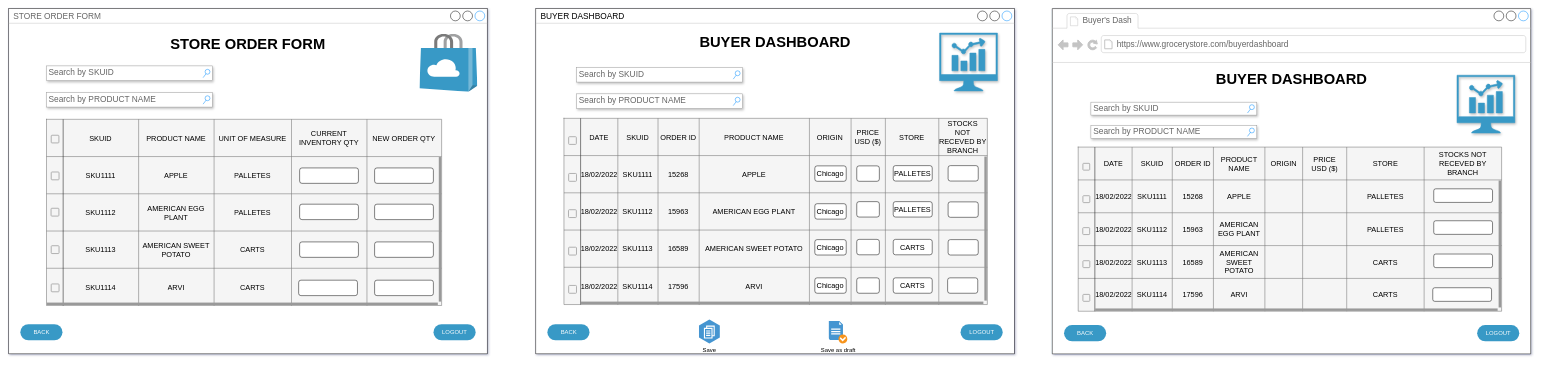
This is Untitled Diagram.drawio from nahorh/grocery_wireframes, a draw.io file, before an edit. Source tidied: cells renumbered, new cells numbered last; positions are measured from the earlier drawing's top-left corner, leaving out a move shared by most shapes. Both pictures are drawn from the tidied source at 49%, with x=0, y=0 at pixel (8, 8).
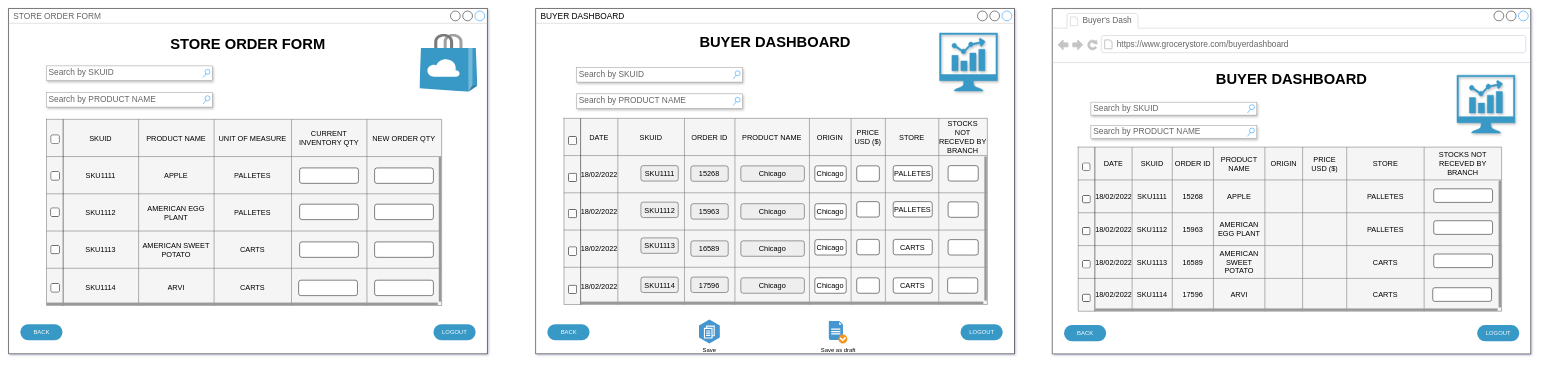
After the change.

Unchanged cells that the change refers to:
```xml
<mxCell id="7" style="group;" parent="1" vertex="1">
  <mxGeometry x="77" y="117" width="869.4" height="495" as="geometry" />
</mxCell>
<mxCell id="61" style="group;" parent="1" vertex="1">
  <mxGeometry x="1133.4" y="120" width="870.6" height="490" as="geometry" />
</mxCell>
<mxCell id="65" style="shape=tableRow;horizontal=0;startSize=34;swimlaneHead=0;swimlaneBody=0;top=0;left=0;bottom=0;right=0;fillColor=none;fontSize=15;" parent="64" vertex="1">
  <mxGeometry width="864.1" height="76" as="geometry" />
</mxCell>
<mxCell id="74" style="shape=tableRow;horizontal=0;startSize=34;swimlaneHead=0;swimlaneBody=0;top=0;left=0;bottom=0;right=0;fillColor=none;fontSize=15;" parent="64" vertex="1">
  <mxGeometry y="76" width="864.1" height="76" as="geometry" />
</mxCell>
<mxCell id="83" style="shape=tableRow;horizontal=0;startSize=34;swimlaneHead=0;swimlaneBody=0;top=0;left=0;bottom=0;right=0;fillColor=none;fontSize=15;" parent="64" vertex="1">
  <mxGeometry y="152" width="864.1" height="76" as="geometry" />
</mxCell>
<mxCell id="92" style="shape=tableRow;horizontal=0;startSize=34;swimlaneHead=0;swimlaneBody=0;top=0;left=0;bottom=0;right=0;fillColor=none;fontSize=15;" parent="64" vertex="1">
  <mxGeometry y="228" width="864.1" height="76" as="geometry" />
</mxCell>
<mxCell id="101" style="shape=tableRow;horizontal=0;startSize=34;swimlaneHead=0;swimlaneBody=0;top=0;left=0;bottom=0;right=0;fillColor=none;fontSize=15;" parent="64" vertex="1">
  <mxGeometry y="304" width="864.1" height="76" as="geometry" />
</mxCell>
<mxCell id="137" style="group;" parent="134" vertex="1">
  <mxGeometry x="52.9" y="191" width="891.2" height="432" as="geometry" />
</mxCell>
```

Change to the diagram source:
```diff
@@
-    <mxCell id="41" style="dashed=0;labelPosition=right;align=left;shape=mxgraph.gmdl.checkbox;strokeColor=#B0B0B0;fillColor=none;strokeWidth=2;sketch=0;" parent="7" vertex="1">
+    <mxCell id="41" style="dashed=0;labelPosition=right;align=left;shape=mxgraph.gmdl.checkbox;strokeWidth=2;sketch=0;" parent="7" vertex="1">
       <mxGeometry x="10" y="445" width="16" height="16" as="geometry" />
     </mxCell>
-    <mxCell id="42" style="dashed=0;labelPosition=right;align=left;shape=mxgraph.gmdl.checkbox;strokeColor=#B0B0B0;fillColor=none;strokeWidth=2;sketch=0;" parent="7" vertex="1">
+    <mxCell id="42" style="dashed=0;labelPosition=right;align=left;shape=mxgraph.gmdl.checkbox;strokeWidth=2;sketch=0;" parent="7" vertex="1">
       <mxGeometry x="10" y="367" width="16" height="16" as="geometry" />
     </mxCell>
@@
-    <mxCell id="52" style="dashed=0;labelPosition=right;align=left;shape=mxgraph.gmdl.checkbox;strokeColor=#B0B0B0;fillColor=none;strokeWidth=2;sketch=0;" parent="7" vertex="1">
+    <mxCell id="52" style="dashed=0;labelPosition=right;align=left;shape=mxgraph.gmdl.checkbox;strokeWidth=2;sketch=0;" parent="7" vertex="1">
       <mxGeometry x="10" y="141.5" width="15.7" height="15.7" as="geometry" />
     </mxCell>
-    <mxCell id="53" style="dashed=0;labelPosition=right;align=left;shape=mxgraph.gmdl.checkbox;strokeColor=#B0B0B0;fillColor=none;strokeWidth=2;sketch=0;" parent="7" vertex="1">
+    <mxCell id="53" style="dashed=0;labelPosition=right;align=left;shape=mxgraph.gmdl.checkbox;strokeWidth=2;sketch=0;" parent="7" vertex="1">
       <mxGeometry x="10" y="216.5" width="16" height="16" as="geometry" />
     </mxCell>
-    <mxCell id="54" style="dashed=0;labelPosition=right;align=left;shape=mxgraph.gmdl.checkbox;strokeColor=#B0B0B0;fillColor=none;strokeWidth=2;sketch=0;" parent="7" vertex="1">
+    <mxCell id="54" style="dashed=0;labelPosition=right;align=left;shape=mxgraph.gmdl.checkbox;strokeWidth=2;sketch=0;" parent="7" vertex="1">
       <mxGeometry x="9.7" y="290.5" width="16" height="16" as="geometry" />
     </mxCell>
@@
     <mxCell id="67" value="SKUID" style="shape=partialRectangle;html=1;whiteSpace=wrap;overflow=hidden;fillColor=none;top=0;left=0;bottom=0;right=0;fontSize=15;" parent="65" vertex="1">
-      <mxGeometry x="110" width="82" height="76" as="geometry" />
+      <mxGeometry x="110" width="136" height="76" as="geometry" />
     </mxCell>
     <mxCell id="68" value="ORDER ID" style="shape=partialRectangle;html=1;whiteSpace=wrap;overflow=hidden;fillColor=none;top=0;left=0;bottom=0;right=0;fontSize=15;" parent="65" vertex="1">
-      <mxGeometry x="192" width="84" height="76" as="geometry" />
+      <mxGeometry x="246" width="103" height="76" as="geometry" />
     </mxCell>
     <mxCell id="69" value="PRODUCT NAME" style="shape=partialRectangle;html=1;whiteSpace=wrap;overflow=hidden;fillColor=none;top=0;left=0;bottom=0;right=0;fontSize=15;" parent="65" vertex="1">
-      <mxGeometry x="276" width="225" height="76" as="geometry" />
+      <mxGeometry x="349" width="152" height="76" as="geometry" />
     </mxCell>
@@
-    <mxCell id="76" value="SKU1111" style="shape=partialRectangle;html=1;whiteSpace=wrap;overflow=hidden;fillColor=none;top=0;left=0;bottom=0;right=0;fontSize=15;" parent="74" vertex="1">
-      <mxGeometry x="110" width="82" height="76" as="geometry" />
+    <mxCell id="76" style="shape=partialRectangle;html=1;whiteSpace=wrap;overflow=hidden;fillColor=none;top=0;left=0;bottom=0;right=0;fontSize=15;" parent="74" vertex="1">
+      <mxGeometry x="110" width="136" height="76" as="geometry" />
     </mxCell>
-    <mxCell id="77" value="15268" style="shape=partialRectangle;html=1;whiteSpace=wrap;overflow=hidden;fillColor=none;top=0;left=0;bottom=0;right=0;fontSize=15;" parent="74" vertex="1">
-      <mxGeometry x="192" width="84" height="76" as="geometry" />
+    <mxCell id="77" style="shape=partialRectangle;html=1;whiteSpace=wrap;overflow=hidden;fillColor=none;top=0;left=0;bottom=0;right=0;fontSize=15;" parent="74" vertex="1">
+      <mxGeometry x="246" width="103" height="76" as="geometry" />
     </mxCell>
-    <mxCell id="78" value="APPLE" style="shape=partialRectangle;html=1;whiteSpace=wrap;overflow=hidden;fillColor=none;top=0;left=0;bottom=0;right=0;fontSize=15;" parent="74" vertex="1">
-      <mxGeometry x="276" width="225" height="76" as="geometry" />
+    <mxCell id="78" style="shape=partialRectangle;html=1;whiteSpace=wrap;overflow=hidden;fillColor=none;top=0;left=0;bottom=0;right=0;fontSize=15;" parent="74" vertex="1">
+      <mxGeometry x="349" width="152" height="76" as="geometry" />
     </mxCell>
@@
-    <mxCell id="85" value="SKU1112" style="shape=partialRectangle;html=1;whiteSpace=wrap;overflow=hidden;fillColor=none;top=0;left=0;bottom=0;right=0;fontSize=15;" parent="83" vertex="1">
-      <mxGeometry x="110" width="82" height="76" as="geometry" />
+    <mxCell id="85" style="shape=partialRectangle;html=1;whiteSpace=wrap;overflow=hidden;fillColor=none;top=0;left=0;bottom=0;right=0;fontSize=15;" parent="83" vertex="1">
+      <mxGeometry x="110" width="136" height="76" as="geometry" />
     </mxCell>
-    <mxCell id="86" value="15963" style="shape=partialRectangle;html=1;whiteSpace=wrap;overflow=hidden;fillColor=none;top=0;left=0;bottom=0;right=0;fontSize=15;" parent="83" vertex="1">
-      <mxGeometry x="192" width="84" height="76" as="geometry" />
+    <mxCell id="86" style="shape=partialRectangle;html=1;whiteSpace=wrap;overflow=hidden;fillColor=none;top=0;left=0;bottom=0;right=0;fontSize=15;" parent="83" vertex="1">
+      <mxGeometry x="246" width="103" height="76" as="geometry" />
     </mxCell>
-    <mxCell id="87" value="AMERICAN EGG PLANT" style="shape=partialRectangle;html=1;whiteSpace=wrap;overflow=hidden;fillColor=none;top=0;left=0;bottom=0;right=0;fontSize=15;" parent="83" vertex="1">
-      <mxGeometry x="276" width="225" height="76" as="geometry" />
+    <mxCell id="87" style="shape=partialRectangle;html=1;whiteSpace=wrap;overflow=hidden;fillColor=none;top=0;left=0;bottom=0;right=0;fontSize=15;" parent="83" vertex="1">
+      <mxGeometry x="349" width="152" height="76" as="geometry" />
     </mxCell>
@@
-    <mxCell id="94" value="SKU1113" style="shape=partialRectangle;html=1;whiteSpace=wrap;overflow=hidden;fillColor=none;top=0;left=0;bottom=0;right=0;fontSize=15;" parent="92" vertex="1">
-      <mxGeometry x="110" width="82" height="76" as="geometry" />
+    <mxCell id="94" style="shape=partialRectangle;html=1;whiteSpace=wrap;overflow=hidden;fillColor=none;top=0;left=0;bottom=0;right=0;fontSize=15;" parent="92" vertex="1">
+      <mxGeometry x="110" width="136" height="76" as="geometry" />
     </mxCell>
-    <mxCell id="95" value="16589" style="shape=partialRectangle;html=1;whiteSpace=wrap;overflow=hidden;fillColor=none;top=0;left=0;bottom=0;right=0;fontSize=15;" parent="92" vertex="1">
-      <mxGeometry x="192" width="84" height="76" as="geometry" />
+    <mxCell id="95" style="shape=partialRectangle;html=1;whiteSpace=wrap;overflow=hidden;fillColor=none;top=0;left=0;bottom=0;right=0;fontSize=15;" parent="92" vertex="1">
+      <mxGeometry x="246" width="103" height="76" as="geometry" />
     </mxCell>
-    <mxCell id="96" value="AMERICAN SWEET POTATO" style="shape=partialRectangle;html=1;whiteSpace=wrap;overflow=hidden;fillColor=none;top=0;left=0;bottom=0;right=0;fontSize=15;" parent="92" vertex="1">
-      <mxGeometry x="276" width="225" height="76" as="geometry" />
+    <mxCell id="96" style="shape=partialRectangle;html=1;whiteSpace=wrap;overflow=hidden;fillColor=none;top=0;left=0;bottom=0;right=0;fontSize=15;" parent="92" vertex="1">
+      <mxGeometry x="349" width="152" height="76" as="geometry" />
     </mxCell>
@@
-    <mxCell id="103" value="SKU1114" style="shape=partialRectangle;html=1;whiteSpace=wrap;overflow=hidden;fillColor=none;top=0;left=0;bottom=0;right=0;fontSize=15;" parent="101" vertex="1">
-      <mxGeometry x="110" width="82" height="76" as="geometry" />
+    <mxCell id="103" style="shape=partialRectangle;html=1;whiteSpace=wrap;overflow=hidden;fillColor=none;top=0;left=0;bottom=0;right=0;fontSize=15;" parent="101" vertex="1">
+      <mxGeometry x="110" width="136" height="76" as="geometry" />
     </mxCell>
-    <mxCell id="104" value="17596" style="shape=partialRectangle;html=1;whiteSpace=wrap;overflow=hidden;fillColor=none;top=0;left=0;bottom=0;right=0;fontSize=15;" parent="101" vertex="1">
-      <mxGeometry x="192" width="84" height="76" as="geometry" />
+    <mxCell id="104" style="shape=partialRectangle;html=1;whiteSpace=wrap;overflow=hidden;fillColor=none;top=0;left=0;bottom=0;right=0;fontSize=15;" parent="101" vertex="1">
+      <mxGeometry x="246" width="103" height="76" as="geometry" />
     </mxCell>
-    <mxCell id="105" value="ARVI" style="shape=partialRectangle;html=1;whiteSpace=wrap;overflow=hidden;fillColor=none;top=0;left=0;bottom=0;right=0;fontSize=15;" parent="101" vertex="1">
-      <mxGeometry x="276" width="225" height="76" as="geometry" />
+    <mxCell id="105" style="shape=partialRectangle;html=1;whiteSpace=wrap;overflow=hidden;fillColor=none;top=0;left=0;bottom=0;right=0;fontSize=15;" parent="101" vertex="1">
+      <mxGeometry x="349" width="152" height="76" as="geometry" />
     </mxCell>
@@
-    <mxCell id="110" style="dashed=0;labelPosition=right;align=left;shape=mxgraph.gmdl.checkbox;strokeColor=#B0B0B0;fillColor=none;strokeWidth=2;sketch=0;" parent="61" vertex="1">
+    <mxCell id="110" style="dashed=0;labelPosition=right;align=left;shape=mxgraph.gmdl.checkbox;strokeWidth=2;sketch=0;" parent="61" vertex="1">
       <mxGeometry x="9.6" y="445" width="16" height="16" as="geometry" />
     </mxCell>
-    <mxCell id="111" style="dashed=0;labelPosition=right;align=left;shape=mxgraph.gmdl.checkbox;strokeColor=#B0B0B0;fillColor=none;strokeWidth=2;sketch=0;" parent="61" vertex="1">
+    <mxCell id="111" style="dashed=0;labelPosition=right;align=left;shape=mxgraph.gmdl.checkbox;strokeWidth=2;sketch=0;" parent="61" vertex="1">
       <mxGeometry x="9.6" y="367" width="16" height="16" as="geometry" />
     </mxCell>
@@
-    <mxCell id="113" style="dashed=0;labelPosition=right;align=left;shape=mxgraph.gmdl.checkbox;strokeColor=#B0B0B0;fillColor=none;strokeWidth=2;sketch=0;" parent="61" vertex="1">
+    <mxCell id="113" style="dashed=0;labelPosition=right;align=left;shape=mxgraph.gmdl.checkbox;strokeWidth=2;sketch=0;" parent="61" vertex="1">
       <mxGeometry x="9.6" y="141.5" width="15.7" height="15.7" as="geometry" />
     </mxCell>
-    <mxCell id="114" style="dashed=0;labelPosition=right;align=left;shape=mxgraph.gmdl.checkbox;strokeColor=#B0B0B0;fillColor=none;strokeWidth=2;sketch=0;" parent="61" vertex="1">
+    <mxCell id="114" style="dashed=0;labelPosition=right;align=left;shape=mxgraph.gmdl.checkbox;strokeWidth=2;sketch=0;" parent="61" vertex="1">
       <mxGeometry x="9.6" y="216.5" width="16" height="16" as="geometry" />
     </mxCell>
-    <mxCell id="115" style="dashed=0;labelPosition=right;align=left;shape=mxgraph.gmdl.checkbox;strokeColor=#B0B0B0;fillColor=none;strokeWidth=2;sketch=0;" parent="61" vertex="1">
+    <mxCell id="115" style="dashed=0;labelPosition=right;align=left;shape=mxgraph.gmdl.checkbox;strokeWidth=2;sketch=0;" parent="61" vertex="1">
       <mxGeometry x="9.3" y="290.5" width="16" height="16" as="geometry" />
     </mxCell>
@@
+    <mxCell id="202" value="Chicago" style="rounded=1;whiteSpace=wrap;html=1;shadow=0;sketch=0;fontSize=15;fillColor=#eeeeee;strokeColor=#36393d;" parent="61" vertex="1">
+      <mxGeometry x="361" y="201" width="129.7" height="31.5" as="geometry" />
+    </mxCell>
+    <mxCell id="203" value="Chicago" style="rounded=1;whiteSpace=wrap;html=1;shadow=0;sketch=0;fontSize=15;fillColor=#eeeeee;strokeColor=#36393d;" parent="61" vertex="1">
+      <mxGeometry x="361" y="278.2" width="129.7" height="31.5" as="geometry" />
+    </mxCell>
+    <mxCell id="204" value="Chicago" style="rounded=1;whiteSpace=wrap;html=1;shadow=0;sketch=0;fontSize=15;fillColor=#eeeeee;strokeColor=#36393d;" parent="61" vertex="1">
+      <mxGeometry x="361" y="354" width="129.7" height="31.5" as="geometry" />
+    </mxCell>
+    <mxCell id="205" value="Chicago" style="rounded=1;whiteSpace=wrap;html=1;shadow=0;sketch=0;fontSize=15;fillColor=#eeeeee;strokeColor=#36393d;" parent="61" vertex="1">
+      <mxGeometry x="361" y="429.5" width="129.7" height="31.5" as="geometry" />
+    </mxCell>
+    <mxCell id="206" value="15268" style="rounded=1;whiteSpace=wrap;html=1;shadow=0;sketch=0;fontSize=15;fillColor=#eeeeee;strokeColor=#36393d;" parent="61" vertex="1">
+      <mxGeometry x="259" y="201" width="76.2" height="31.5" as="geometry" />
+    </mxCell>
+    <mxCell id="207" value="&lt;span&gt;15963&lt;/span&gt;" style="rounded=1;whiteSpace=wrap;html=1;shadow=0;sketch=0;fontSize=15;fillColor=#eeeeee;strokeColor=#36393d;" parent="61" vertex="1">
+      <mxGeometry x="259" y="278.2" width="76.2" height="31.5" as="geometry" />
+    </mxCell>
+    <mxCell id="208" value="16589" style="rounded=1;whiteSpace=wrap;html=1;shadow=0;sketch=0;fontSize=15;fillColor=#eeeeee;strokeColor=#36393d;" parent="61" vertex="1">
+      <mxGeometry x="259" y="354" width="76.2" height="31.5" as="geometry" />
+    </mxCell>
+    <mxCell id="209" value="17596" style="rounded=1;whiteSpace=wrap;html=1;shadow=0;sketch=0;fontSize=15;fillColor=#eeeeee;strokeColor=#36393d;" parent="61" vertex="1">
+      <mxGeometry x="259" y="428" width="76.2" height="31.5" as="geometry" />
+    </mxCell>
+    <mxCell id="210" value="SKU1111" style="rounded=1;whiteSpace=wrap;html=1;shadow=0;sketch=0;fontSize=15;fillColor=#eeeeee;strokeColor=#36393d;" parent="61" vertex="1">
+      <mxGeometry x="157.1" y="200.5" width="76.2" height="31.5" as="geometry" />
+    </mxCell>
+    <mxCell id="211" value="SKU1112" style="rounded=1;whiteSpace=wrap;html=1;shadow=0;sketch=0;fontSize=15;fillColor=#eeeeee;strokeColor=#36393d;" parent="61" vertex="1">
+      <mxGeometry x="157.1" y="275" width="76.2" height="31.5" as="geometry" />
+    </mxCell>
+    <mxCell id="212" value="SKU1113" style="rounded=1;whiteSpace=wrap;html=1;shadow=0;sketch=0;fontSize=15;fillColor=#eeeeee;strokeColor=#36393d;" parent="61" vertex="1">
+      <mxGeometry x="157.1" y="348" width="76.2" height="31.5" as="geometry" />
+    </mxCell>
+    <mxCell id="213" value="SKU1114" style="rounded=1;whiteSpace=wrap;html=1;shadow=0;sketch=0;fontSize=15;fillColor=#eeeeee;strokeColor=#36393d;" parent="61" vertex="1">
+      <mxGeometry x="157.1" y="428" width="76.2" height="31.5" as="geometry" />
+    </mxCell>
@@
-    <mxCell id="186" style="dashed=0;labelPosition=right;align=left;shape=mxgraph.gmdl.checkbox;strokeColor=#B0B0B0;fillColor=none;strokeWidth=2;sketch=0;" parent="137" vertex="1">
+    <mxCell id="186" style="dashed=0;labelPosition=right;align=left;shape=mxgraph.gmdl.checkbox;strokeWidth=2;sketch=0;" parent="137" vertex="1">
       <mxGeometry x="9.6" y="392.3" width="14.1" height="14.1" as="geometry" />
     </mxCell>
-    <mxCell id="187" style="dashed=0;labelPosition=right;align=left;shape=mxgraph.gmdl.checkbox;strokeColor=#B0B0B0;fillColor=none;strokeWidth=2;sketch=0;" parent="137" vertex="1">
+    <mxCell id="187" style="dashed=0;labelPosition=right;align=left;shape=mxgraph.gmdl.checkbox;strokeWidth=2;sketch=0;" parent="137" vertex="1">
       <mxGeometry x="9.6" y="323.6" width="14.1" height="14.1" as="geometry" />
     </mxCell>
@@
-    <mxCell id="189" style="dashed=0;labelPosition=right;align=left;shape=mxgraph.gmdl.checkbox;strokeColor=#B0B0B0;fillColor=none;strokeWidth=2;sketch=0;" parent="137" vertex="1">
+    <mxCell id="189" style="dashed=0;labelPosition=right;align=left;shape=mxgraph.gmdl.checkbox;strokeWidth=2;sketch=0;" parent="137" vertex="1">
       <mxGeometry x="9.6" y="124.8" width="13.9" height="13.9" as="geometry" />
     </mxCell>
-    <mxCell id="190" style="dashed=0;labelPosition=right;align=left;shape=mxgraph.gmdl.checkbox;strokeColor=#B0B0B0;fillColor=none;strokeWidth=2;sketch=0;" parent="137" vertex="1">
+    <mxCell id="190" style="dashed=0;labelPosition=right;align=left;shape=mxgraph.gmdl.checkbox;strokeWidth=2;sketch=0;" parent="137" vertex="1">
       <mxGeometry x="9.6" y="190.9" width="14.1" height="14.1" as="geometry" />
     </mxCell>
-    <mxCell id="191" style="dashed=0;labelPosition=right;align=left;shape=mxgraph.gmdl.checkbox;strokeColor=#B0B0B0;fillColor=none;strokeWidth=2;sketch=0;" parent="137" vertex="1">
+    <mxCell id="191" style="dashed=0;labelPosition=right;align=left;shape=mxgraph.gmdl.checkbox;strokeWidth=2;sketch=0;" parent="137" vertex="1">
       <mxGeometry x="9.3" y="256.1" width="14.1" height="14.1" as="geometry" />
     </mxCell>
```
